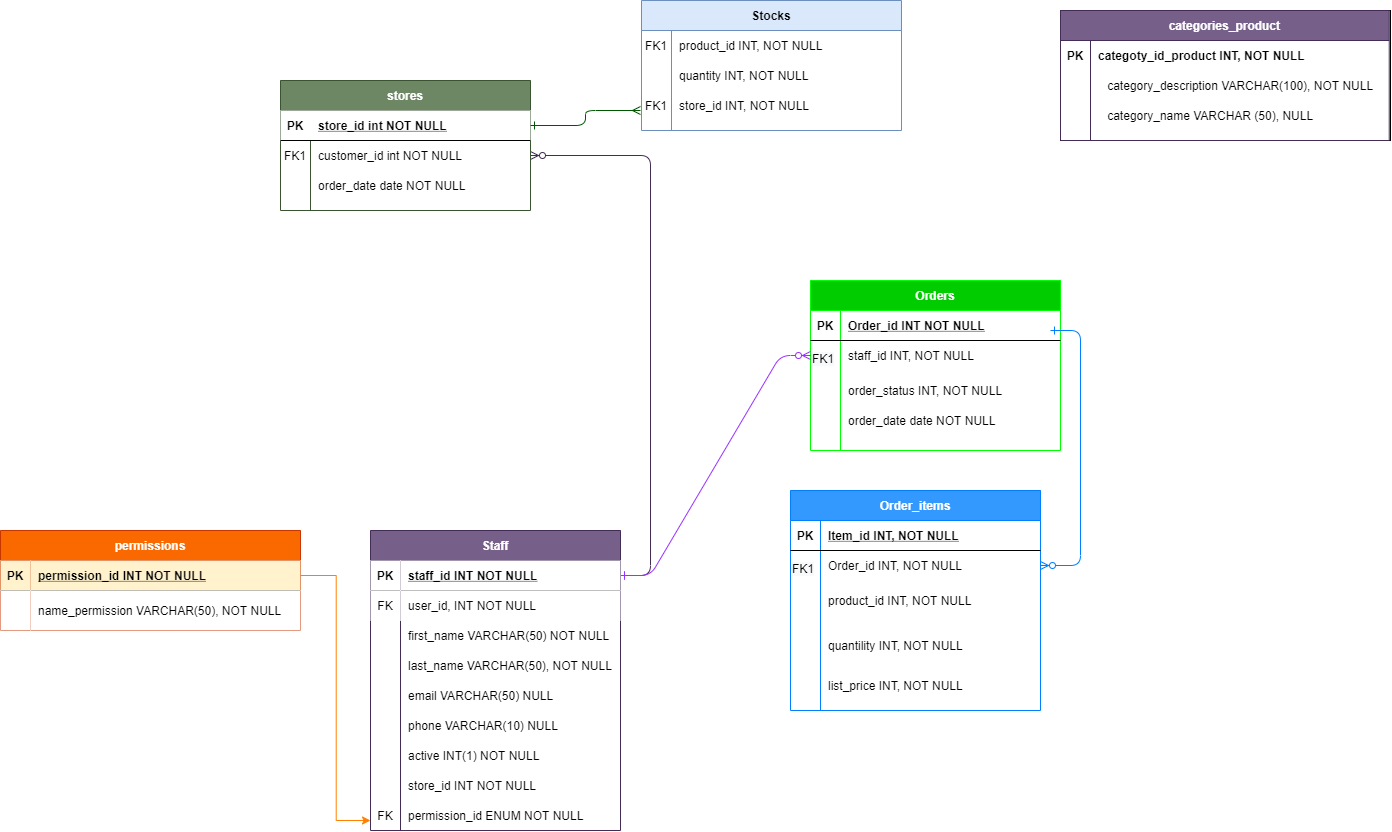
Before: RestaSoft Diagram.png, a diagram exported from draw.io (RestaSoft/ERM-RestaSoft). Source tidied: cells renumbered, new cells last; positions are measured from the earlier drawing's top-left corner, leaving out a move shared by most shapes.
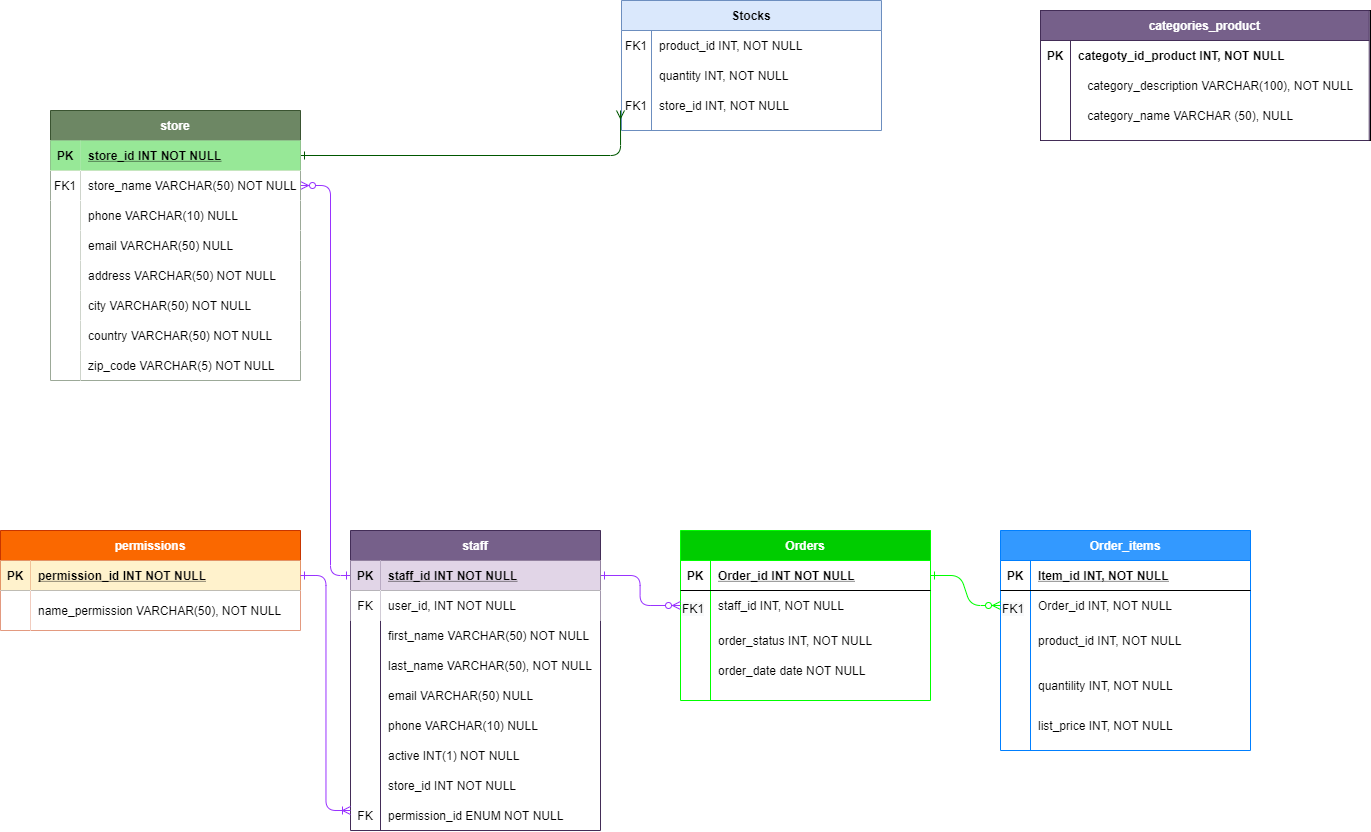
After the commit.

Commit message:
table store

Change to the diagram source:
```diff
@@ -2,41 +2,15 @@
   <root>
     <mxCell id="0" />
     <mxCell id="1" parent="0" />
-    <mxCell id="2" style="edgeStyle=entityRelationEdgeStyle;endArrow=ERzeroToMany;startArrow=ERone;endFill=1;startFill=0;fillColor=#76608a;strokeColor=#432D57;" parent="1" edge="1" source="85" target="7">
-      <mxGeometry relative="1" as="geometry" />
+    <mxCell id="2" style="edgeStyle=elbowEdgeStyle;endArrow=ERzeroToMany;startArrow=ERone;endFill=1;startFill=0;fillColor=#76608a;exitX=0;exitY=0.5;exitDx=0;exitDy=0;strokeColor=#9933FF;" parent="1" edge="1" source="85" target="7">
+      <mxGeometry relative="1" as="geometry">
+        <Array as="points">
+          <mxPoint x="350" y="410" />
+        </Array>
+      </mxGeometry>
     </mxCell>
-    <mxCell id="3" value="stores" style="shape=table;startSize=30;rowLines=0;fontStyle=1;align=center;fillColor=#6d8764;strokeColor=#3A5431;fontColor=#ffffff;" parent="1" vertex="1">
-      <mxGeometry x="280" y="80" width="250" height="130" as="geometry" />
-    </mxCell>
-    <mxCell id="4" style="shape=partialRectangle;points=[[0,0.5],[1,0.5]];portConstraint=eastwest;top=0;left=0;right=0;bottom=1;" parent="3" vertex="1">
-      <mxGeometry y="30" width="250" height="30" as="geometry" />
-    </mxCell>
-    <mxCell id="5" value="PK" style="shape=partialRectangle;overflow=hidden;fillColor=none;top=0;left=0;bottom=0;right=0;fontStyle=1;" parent="4" vertex="1">
-      <mxGeometry width="30" height="30" as="geometry" />
-    </mxCell>
-    <mxCell id="6" value="store_id int NOT NULL " style="shape=partialRectangle;overflow=hidden;fillColor=none;top=0;left=0;bottom=0;right=0;align=left;spacingLeft=6;fontStyle=5;" parent="4" vertex="1">
-      <mxGeometry x="30" width="220" height="30" as="geometry" />
-    </mxCell>
-    <mxCell id="7" style="shape=partialRectangle;fillColor=none;points=[[0,0.5],[1,0.5]];portConstraint=eastwest;top=0;left=0;right=0;bottom=0;" parent="3" vertex="1">
-      <mxGeometry y="60" width="250" height="30" as="geometry" />
-    </mxCell>
-    <mxCell id="8" value="FK1" style="shape=partialRectangle;overflow=hidden;fillColor=none;top=0;left=0;bottom=0;right=0;" parent="7" vertex="1">
-      <mxGeometry width="30" height="30" as="geometry" />
-    </mxCell>
-    <mxCell id="9" value="customer_id int NOT NULL" style="shape=partialRectangle;overflow=hidden;fillColor=none;top=0;left=0;bottom=0;right=0;align=left;spacingLeft=6;" parent="7" vertex="1">
-      <mxGeometry x="30" width="220" height="30" as="geometry" />
-    </mxCell>
-    <mxCell id="10" style="shape=partialRectangle;fillColor=none;top=0;left=0;right=0;bottom=0;" parent="3" vertex="1">
-      <mxGeometry y="90" width="250" height="30" as="geometry" />
-    </mxCell>
-    <mxCell id="11" style="shape=partialRectangle;overflow=hidden;fillColor=none;top=0;left=0;bottom=0;right=0;" parent="10" vertex="1">
-      <mxGeometry width="30" height="30" as="geometry" />
-    </mxCell>
-    <mxCell id="12" value="order_date date NOT NULL" style="shape=partialRectangle;overflow=hidden;fillColor=none;top=0;left=0;bottom=0;right=0;align=left;spacingLeft=6;" parent="10" vertex="1">
-      <mxGeometry x="30" width="220" height="30" as="geometry" />
-    </mxCell>
     <mxCell id="13" value="permissions" style="shape=table;startSize=30;rowLines=0;fontStyle=1;align=center;fillColor=#fa6800;strokeColor=#C73500;fontColor=#ffffff;" parent="1" vertex="1">
-      <mxGeometry y="530" width="300" height="100" as="geometry" />
+      <mxGeometry x="20" y="530" width="300" height="100" as="geometry" />
     </mxCell>
     <mxCell id="14" style="shape=partialRectangle;fillColor=none;points=[[0,0.5],[1,0.5]];portConstraint=eastwest;top=0;left=0;right=0;bottom=1;" parent="13" vertex="1">
       <mxGeometry y="30" width="300" height="30" as="geometry" />
@@ -57,7 +31,7 @@
       <mxGeometry x="30" width="270" height="40" as="geometry" />
     </mxCell>
     <mxCell id="20" style="group;" parent="1" vertex="1">
-      <mxGeometry x="810" y="280" width="250" height="170" as="geometry" />
+      <mxGeometry x="700" y="530" width="250" height="170" as="geometry" />
     </mxCell>
     <mxCell id="21" value="Orders" style="shape=table;startSize=30;rowLines=0;fontStyle=1;align=center;fontColor=#ffffff;fillColor=#00CC00;strokeColor=#00FF00;" parent="20" vertex="1">
       <mxGeometry width="250" height="170" as="geometry" />
@@ -101,11 +75,11 @@
     <mxCell id="34" value="&lt;span style=&quot;color: rgb(0 , 0 , 0) ; font-family: &amp;#34;helvetica&amp;#34; ; font-size: 12px ; font-style: normal ; letter-spacing: normal ; text-align: center ; text-indent: 0px ; text-transform: none ; word-spacing: 0px ; background-color: rgb(248 , 249 , 250) ; display: inline ; float: none&quot;&gt;FK1&lt;/span&gt;" style="text;whiteSpace=wrap;html=1;" parent="20" vertex="1">
       <mxGeometry y="65" width="50" height="40" as="geometry" />
     </mxCell>
-    <mxCell id="35" style="edgeStyle=entityRelationEdgeStyle;endArrow=ERzeroToMany;startArrow=ERone;endFill=1;startFill=0;fillColor=#76608a;exitX=1;exitY=0.5;exitDx=0;exitDy=0;entryX=0;entryY=0.25;entryDx=0;entryDy=0;strokeColor=#9933FF;" parent="1" edge="1" source="85" target="34">
+    <mxCell id="35" style="edgeStyle=elbowEdgeStyle;endArrow=ERzeroToMany;startArrow=ERone;endFill=1;startFill=0;fillColor=#76608a;exitX=1;exitY=0.5;exitDx=0;exitDy=0;entryX=0;entryY=0.25;entryDx=0;entryDy=0;strokeColor=#9933FF;" parent="1" edge="1" source="85" target="34">
       <mxGeometry relative="1" as="geometry" />
     </mxCell>
     <mxCell id="36" style="group;" parent="1" vertex="1">
-      <mxGeometry x="790" y="490" width="250" height="220" as="geometry" />
+      <mxGeometry x="1020" y="530" width="250" height="220" as="geometry" />
     </mxCell>
     <mxCell id="37" value="Order_items" style="shape=table;startSize=30;rowLines=0;fontStyle=1;align=center;fontColor=#ffffff;fillColor=#3399FF;strokeColor=#007FFF;" parent="36" vertex="1">
       <mxGeometry width="250" height="220" as="geometry" />
@@ -152,10 +126,8 @@
     <mxCell id="51" value="product_id INT, NOT NULL" style="shape=partialRectangle;overflow=hidden;fillColor=none;top=0;left=0;bottom=0;right=0;align=left;spacingLeft=6;" parent="49" vertex="1">
       <mxGeometry x="30" width="220" height="30" as="geometry" />
     </mxCell>
-    <mxCell id="52" style="edgeStyle=entityRelationEdgeStyle;endArrow=ERzeroToMany;startArrow=ERone;endFill=1;startFill=0;fillColor=#76608a;exitX=1;exitY=0.5;exitDx=0;exitDy=0;entryX=1;entryY=0.5;entryDx=0;entryDy=0;strokeColor=#007FFF;" parent="1" edge="1" target="41">
-      <mxGeometry relative="1" as="geometry">
-        <mxPoint x="1050" y="330" as="sourcePoint" />
-      </mxGeometry>
+    <mxCell id="52" style="edgeStyle=entityRelationEdgeStyle;endArrow=ERzeroToMany;startArrow=ERone;endFill=1;startFill=0;fillColor=#60a917;exitX=1;exitY=0.5;exitDx=0;exitDy=0;entryX=0;entryY=0.25;entryDx=0;entryDy=0;strokeColor=#00FF00;" parent="1" edge="1" source="22" target="46">
+      <mxGeometry relative="1" as="geometry" />
     </mxCell>
     <mxCell id="53" style="group;" parent="1" vertex="1">
       <mxGeometry x="640" width="261" height="130" as="geometry" />
@@ -225,43 +197,97 @@
     <mxCell id="74" value="category_description VARCHAR(100), NOT NULL" style="shape=partialRectangle;overflow=hidden;fillColor=none;top=0;left=0;bottom=0;right=0;align=left;spacingLeft=6;" parent="65" vertex="1">
       <mxGeometry x="39.2" y="60" width="290.8" height="30" as="geometry" />
     </mxCell>
+    <mxCell id="92" style="group;" parent="1" vertex="1">
+      <mxGeometry x="70" y="110" width="250" height="270" as="geometry" />
+    </mxCell>
+    <mxCell id="3" value="store" style="shape=table;startSize=30;rowLines=0;fontStyle=1;align=center;fillColor=#6d8764;strokeColor=#3A5431;fontColor=#ffffff;" parent="92" vertex="1">
+      <mxGeometry width="250" height="270" as="geometry" />
+    </mxCell>
+    <mxCell id="4" style="shape=partialRectangle;points=[[0,0.5],[1,0.5]];portConstraint=eastwest;top=0;left=0;right=0;bottom=1;fillColor=#d5e8d4;strokeColor=#82b366;" parent="3" vertex="1">
+      <mxGeometry y="30" width="250" height="30" as="geometry" />
+    </mxCell>
+    <mxCell id="5" value="PK" style="shape=partialRectangle;overflow=hidden;top=0;left=0;bottom=0;right=0;fontStyle=1;fillColor=#97E897;" parent="4" vertex="1">
+      <mxGeometry width="30" height="30" as="geometry" />
+    </mxCell>
+    <mxCell id="6" value="store_id INT NOT NULL " style="shape=partialRectangle;overflow=hidden;top=0;left=0;bottom=0;right=0;align=left;spacingLeft=6;fontStyle=5;strokeColor=#82b366;fillColor=#97E897;" parent="4" vertex="1">
+      <mxGeometry x="30" width="220" height="30" as="geometry" />
+    </mxCell>
+    <mxCell id="7" style="shape=partialRectangle;fillColor=none;points=[[0,0.5],[1,0.5]];portConstraint=eastwest;top=0;left=0;right=0;bottom=0;" parent="3" vertex="1">
+      <mxGeometry y="60" width="250" height="30" as="geometry" />
+    </mxCell>
+    <mxCell id="8" value="FK1" style="shape=partialRectangle;overflow=hidden;top=0;left=0;bottom=0;right=0;" parent="7" vertex="1">
+      <mxGeometry width="30" height="30" as="geometry" />
+    </mxCell>
+    <mxCell id="9" value="store_name VARCHAR(50) NOT NULL" style="shape=partialRectangle;overflow=hidden;top=0;left=0;bottom=0;right=0;align=left;spacingLeft=6;" parent="7" vertex="1">
+      <mxGeometry x="30" width="220" height="30" as="geometry" />
+    </mxCell>
+    <mxCell id="10" style="shape=partialRectangle;fillColor=none;top=0;left=0;right=0;bottom=0;" parent="3" vertex="1">
+      <mxGeometry y="90" width="250" height="30" as="geometry" />
+    </mxCell>
+    <mxCell id="11" style="shape=partialRectangle;overflow=hidden;fillColor=none;top=0;left=0;bottom=0;right=0;" parent="10" vertex="1">
+      <mxGeometry width="30" height="30" as="geometry" />
+    </mxCell>
+    <mxCell id="12" value="phone VARCHAR(10) NULL" style="shape=partialRectangle;overflow=hidden;top=0;left=0;bottom=0;right=0;align=left;spacingLeft=6;" parent="10" vertex="1">
+      <mxGeometry x="30" width="220" height="30" as="geometry" />
+    </mxCell>
+    <mxCell id="93" value="email VARCHAR(50) NULL" style="shape=partialRectangle;overflow=hidden;top=0;left=0;bottom=0;right=0;align=left;spacingLeft=6;" parent="92" vertex="1">
+      <mxGeometry x="30" y="120" width="220" height="30" as="geometry" />
+    </mxCell>
+    <mxCell id="94" value="address VARCHAR(50) NOT NULL" style="shape=partialRectangle;overflow=hidden;top=0;left=0;bottom=0;right=0;align=left;spacingLeft=6;" parent="92" vertex="1">
+      <mxGeometry x="30" y="150" width="220" height="30" as="geometry" />
+    </mxCell>
+    <mxCell id="95" value="city VARCHAR(50) NOT NULL" style="shape=partialRectangle;overflow=hidden;top=0;left=0;bottom=0;right=0;align=left;spacingLeft=6;" parent="92" vertex="1">
+      <mxGeometry x="30" y="180" width="220" height="30" as="geometry" />
+    </mxCell>
+    <mxCell id="96" value="country VARCHAR(50) NOT NULL" style="shape=partialRectangle;overflow=hidden;top=0;left=0;bottom=0;right=0;align=left;spacingLeft=6;" parent="92" vertex="1">
+      <mxGeometry x="30" y="210" width="220" height="30" as="geometry" />
+    </mxCell>
+    <mxCell id="97" value="zip_code VARCHAR(5) NOT NULL" style="shape=partialRectangle;overflow=hidden;top=0;left=0;bottom=0;right=0;align=left;spacingLeft=6;" parent="92" vertex="1">
+      <mxGeometry x="30" y="240" width="220" height="30" as="geometry" />
+    </mxCell>
+    <mxCell id="98" style="shape=partialRectangle;overflow=hidden;top=0;left=0;bottom=0;right=0;" parent="92" vertex="1">
+      <mxGeometry y="90" width="30" height="180" as="geometry" />
+    </mxCell>
+    <mxCell id="99" style="group;" parent="1" vertex="1">
+      <mxGeometry x="370" y="530" width="250" height="300" as="geometry" />
+    </mxCell>
-    <mxCell id="75" value="first_name VARCHAR(50) NOT NULL" style="shape=partialRectangle;overflow=hidden;top=0;left=0;bottom=0;right=0;align=left;spacingLeft=6;" parent="1" vertex="1">
-      <mxGeometry x="400" y="620" width="220" height="30" as="geometry" />
+    <mxCell id="75" value="first_name VARCHAR(50) NOT NULL" style="shape=partialRectangle;overflow=hidden;top=0;left=0;bottom=0;right=0;align=left;spacingLeft=6;" parent="99" vertex="1">
+      <mxGeometry x="30" y="90" width="220" height="30" as="geometry" />
     </mxCell>
-    <mxCell id="76" value="last_name VARCHAR(50), NOT NULL" style="shape=partialRectangle;overflow=hidden;top=0;left=0;bottom=0;right=0;align=left;spacingLeft=6;" parent="1" vertex="1">
-      <mxGeometry x="400" y="650" width="220" height="30" as="geometry" />
+    <mxCell id="76" value="last_name VARCHAR(50), NOT NULL" style="shape=partialRectangle;overflow=hidden;top=0;left=0;bottom=0;right=0;align=left;spacingLeft=6;" parent="99" vertex="1">
+      <mxGeometry x="30" y="120" width="220" height="30" as="geometry" />
     </mxCell>
-    <mxCell id="77" value="email VARCHAR(50) NULL" style="shape=partialRectangle;overflow=hidden;top=0;left=0;bottom=0;right=0;align=left;spacingLeft=6;" parent="1" vertex="1">
-      <mxGeometry x="400" y="680" width="220" height="30" as="geometry" />
+    <mxCell id="77" value="email VARCHAR(50) NULL" style="shape=partialRectangle;overflow=hidden;top=0;left=0;bottom=0;right=0;align=left;spacingLeft=6;" parent="99" vertex="1">
+      <mxGeometry x="30" y="150" width="220" height="30" as="geometry" />
     </mxCell>
-    <mxCell id="78" value="phone VARCHAR(10) NULL" style="shape=partialRectangle;overflow=hidden;top=0;left=0;bottom=0;right=0;align=left;spacingLeft=6;" parent="1" vertex="1">
-      <mxGeometry x="400" y="710" width="220" height="30" as="geometry" />
+    <mxCell id="78" value="phone VARCHAR(10) NULL" style="shape=partialRectangle;overflow=hidden;top=0;left=0;bottom=0;right=0;align=left;spacingLeft=6;" parent="99" vertex="1">
+      <mxGeometry x="30" y="180" width="220" height="30" as="geometry" />
     </mxCell>
-    <mxCell id="79" value="active INT(1) NOT NULL" style="shape=partialRectangle;overflow=hidden;top=0;left=0;bottom=0;right=0;align=left;spacingLeft=6;" parent="1" vertex="1">
-      <mxGeometry x="400" y="740" width="220" height="30" as="geometry" />
+    <mxCell id="79" value="active INT(1) NOT NULL" style="shape=partialRectangle;overflow=hidden;top=0;left=0;bottom=0;right=0;align=left;spacingLeft=6;" parent="99" vertex="1">
+      <mxGeometry x="30" y="210" width="220" height="30" as="geometry" />
     </mxCell>
-    <mxCell id="80" value="store_id INT NOT NULL" style="shape=partialRectangle;overflow=hidden;top=0;left=0;bottom=0;right=0;align=left;spacingLeft=6;" parent="1" vertex="1">
-      <mxGeometry x="400" y="770" width="220" height="30" as="geometry" />
+    <mxCell id="80" value="store_id INT NOT NULL" style="shape=partialRectangle;overflow=hidden;top=0;left=0;bottom=0;right=0;align=left;spacingLeft=6;" parent="99" vertex="1">
+      <mxGeometry x="30" y="240" width="220" height="30" as="geometry" />
     </mxCell>
-    <mxCell id="81" value="permission_id ENUM NOT NULL" style="shape=partialRectangle;overflow=hidden;top=0;left=0;bottom=0;right=0;align=left;spacingLeft=6;" parent="1" vertex="1">
-      <mxGeometry x="400" y="800" width="220" height="30" as="geometry" />
+    <mxCell id="81" value="permission_id ENUM NOT NULL" style="shape=partialRectangle;overflow=hidden;top=0;left=0;bottom=0;right=0;align=left;spacingLeft=6;" parent="99" vertex="1">
+      <mxGeometry x="30" y="270" width="220" height="30" as="geometry" />
     </mxCell>
-    <mxCell id="82" style="shape=partialRectangle;overflow=hidden;top=0;left=0;bottom=0;right=0;" parent="1" vertex="1">
-      <mxGeometry x="370" y="620" width="30" height="180" as="geometry" />
+    <mxCell id="82" style="shape=partialRectangle;overflow=hidden;top=0;left=0;bottom=0;right=0;" parent="99" vertex="1">
+      <mxGeometry y="90" width="30" height="180" as="geometry" />
     </mxCell>
-    <mxCell id="83" value="FK" style="shape=partialRectangle;overflow=hidden;top=0;left=0;bottom=0;right=0;" parent="1" vertex="1">
-      <mxGeometry x="370" y="800" width="30" height="30" as="geometry" />
+    <mxCell id="83" value="FK" style="shape=partialRectangle;overflow=hidden;top=0;left=0;bottom=0;right=0;" parent="99" vertex="1">
+      <mxGeometry y="270" width="30" height="30" as="geometry" />
     </mxCell>
-    <mxCell id="84" value="Staff" style="shape=table;startSize=30;rowLines=0;fontStyle=1;align=center;fillColor=#76608a;strokeColor=#432D57;fontColor=#ffffff;" parent="1" vertex="1">
-      <mxGeometry x="370" y="530" width="250" height="300" as="geometry" />
+    <mxCell id="84" value="staff" style="shape=table;startSize=30;rowLines=0;fontStyle=1;align=center;fillColor=#76608a;strokeColor=#432D57;fontColor=#ffffff;" parent="99" vertex="1">
+      <mxGeometry width="250" height="300" as="geometry" />
     </mxCell>
     <mxCell id="85" style="shape=partialRectangle;fillColor=none;points=[[0,0.5],[1,0.5]];portConstraint=eastwest;top=0;left=0;right=0;bottom=1;" parent="84" vertex="1">
       <mxGeometry y="30" width="250" height="30" as="geometry" />
     </mxCell>
-    <mxCell id="86" value="PK" style="shape=partialRectangle;overflow=hidden;top=0;left=0;bottom=0;right=0;fontStyle=1;" parent="85" vertex="1">
+    <mxCell id="86" value="PK" style="shape=partialRectangle;overflow=hidden;top=0;left=0;bottom=0;right=0;fontStyle=1;fillColor=#e1d5e7;strokeColor=#9673a6;" parent="85" vertex="1">
       <mxGeometry width="30" height="30" as="geometry" />
     </mxCell>
-    <mxCell id="87" value="staff_id INT NOT NULL" style="shape=partialRectangle;overflow=hidden;top=0;left=0;bottom=0;right=0;align=left;spacingLeft=6;fontStyle=5;" parent="85" vertex="1">
+    <mxCell id="87" value="staff_id INT NOT NULL" style="shape=partialRectangle;overflow=hidden;top=0;left=0;bottom=0;right=0;align=left;spacingLeft=6;fontStyle=5;fillColor=#e1d5e7;strokeColor=#9673a6;" parent="85" vertex="1">
       <mxGeometry x="30" width="220" height="30" as="geometry" />
     </mxCell>
     <mxCell id="88" style="shape=partialRectangle;fillColor=none;top=0;left=0;right=0;bottom=0;" parent="84" vertex="1">
@@ -273,10 +299,10 @@
     <mxCell id="90" value="user_id, INT NOT NULL" style="shape=partialRectangle;overflow=hidden;top=0;left=0;bottom=0;right=0;align=left;spacingLeft=6;" parent="88" vertex="1">
       <mxGeometry x="30" width="220" height="30" as="geometry" />
     </mxCell>
-    <mxCell id="91" style="edgeStyle=elbowEdgeStyle;rounded=0;jettySize=auto;html=1;exitX=1;exitY=0.5;exitDx=0;exitDy=0;fillColor=#fa6800;strokeColor=#FF8000;" parent="1" edge="1" source="14">
-      <mxGeometry relative="1" as="geometry">
-        <mxPoint x="370" y="820" as="targetPoint" />
-      </mxGeometry>
-    </mxCell>
+    <mxCell id="100" style="edgeStyle=elbowEdgeStyle;rounded=1;jettySize=auto;html=1;exitX=1;exitY=0.5;exitDx=0;exitDy=0;strokeColor=#9933FF;endArrow=ERoneToMany;endFill=0;startArrow=ERone;startFill=0;" parent="1" edge="1" source="14">
+      <mxGeometry relative="1" as="geometry">
+        <mxPoint x="370" y="810" as="targetPoint" />
+      </mxGeometry>
+    </mxCell>
   </root>
 </mxGraphModel>
```
